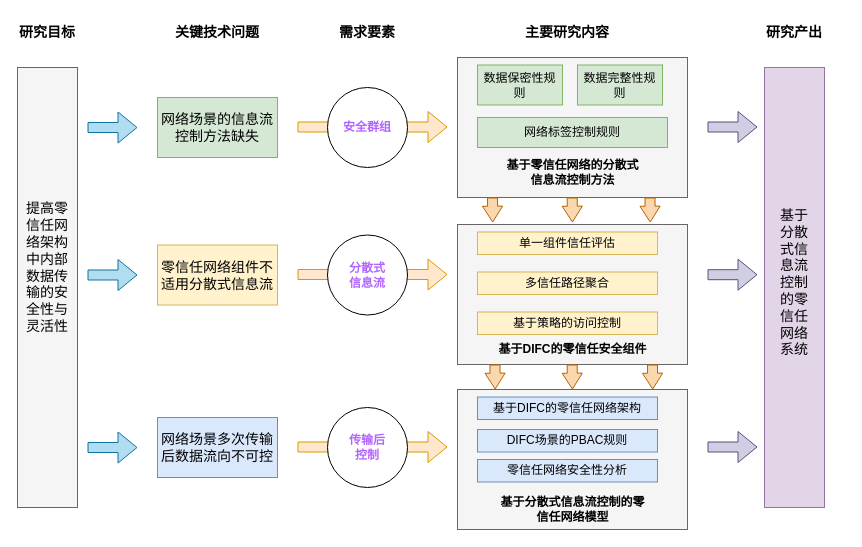
Above: 研究内容框架.drawio in ZhuShouCheng/notebook (draw.io), before the change. Source tidied: cells renumbered, new cells numbered last; positions are measured from the earlier drawing's top-left corner, leaving out a move shared by most shapes. Both pictures are drawn from the tidied source at 100%, with x=0, y=0 at pixel (17, 17).
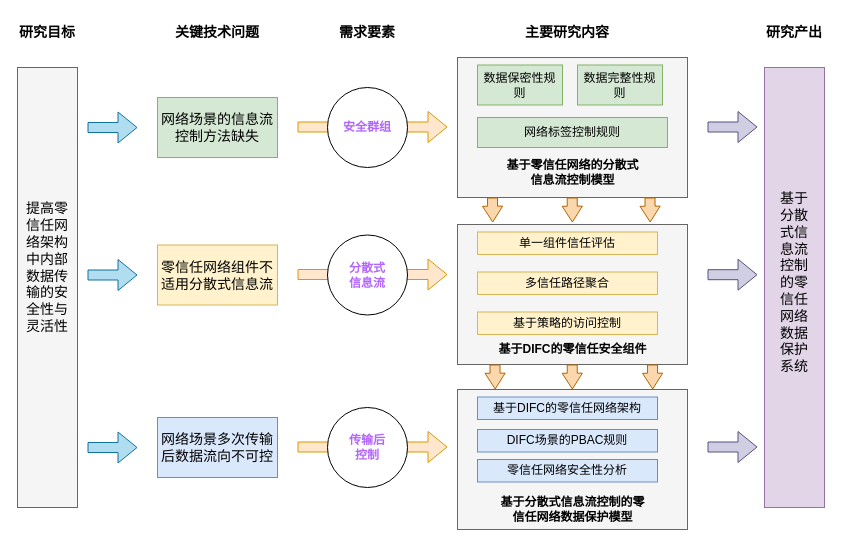
The same page after the edit.

Commit message:
更新研究内容框架.drawio

Change to the diagram source:
```diff
@@
-    <mxCell id="20" value="&lt;b&gt;基于零信任网络的分散式信息流控制方法&lt;/b&gt;" style="text;html=1;strokeColor=none;fillColor=none;align=center;verticalAlign=middle;whiteSpace=wrap;rounded=0;" parent="1" vertex="1">
+    <mxCell id="20" value="&lt;b&gt;基于零信任网络的分散式信息流控制模型&lt;/b&gt;" style="text;html=1;strokeColor=none;fillColor=none;align=center;verticalAlign=middle;whiteSpace=wrap;rounded=0;" parent="1" vertex="1">
       <mxGeometry x="482.5" y="140" width="145" height="30" as="geometry" />
     </mxCell>
@@
-    <mxCell id="30" value="&lt;b&gt;基于分散式信息流控制的零信任网络模型&lt;/b&gt;" style="text;html=1;strokeColor=none;fillColor=none;align=center;verticalAlign=middle;whiteSpace=wrap;rounded=0;" parent="1" vertex="1">
+    <mxCell id="30" value="&lt;b&gt;基于分散式信息流控制的零信任网络数据保护模型&lt;/b&gt;" style="text;html=1;strokeColor=none;fillColor=none;align=center;verticalAlign=middle;whiteSpace=wrap;rounded=0;" parent="1" vertex="1">
       <mxGeometry x="477.5" y="477" width="155" height="30" as="geometry" />
     </mxCell>
@@
-    <mxCell id="35" value="&lt;font style=&quot;font-size: 14px;&quot;&gt;基于分散式信息流控制的零信任网络系统&lt;/font&gt;" style="text;html=1;strokeColor=none;fillColor=none;align=center;verticalAlign=middle;whiteSpace=wrap;rounded=0;" parent="1" vertex="1">
+    <mxCell id="35" value="&lt;font style=&quot;font-size: 14px;&quot;&gt;基于分散式信息流控制的零信任网络数据保护系统&lt;/font&gt;" style="text;html=1;strokeColor=none;fillColor=none;align=center;verticalAlign=middle;whiteSpace=wrap;rounded=0;" parent="1" vertex="1">
       <mxGeometry x="759" y="170" width="36" height="190" as="geometry" />
     </mxCell>
```
